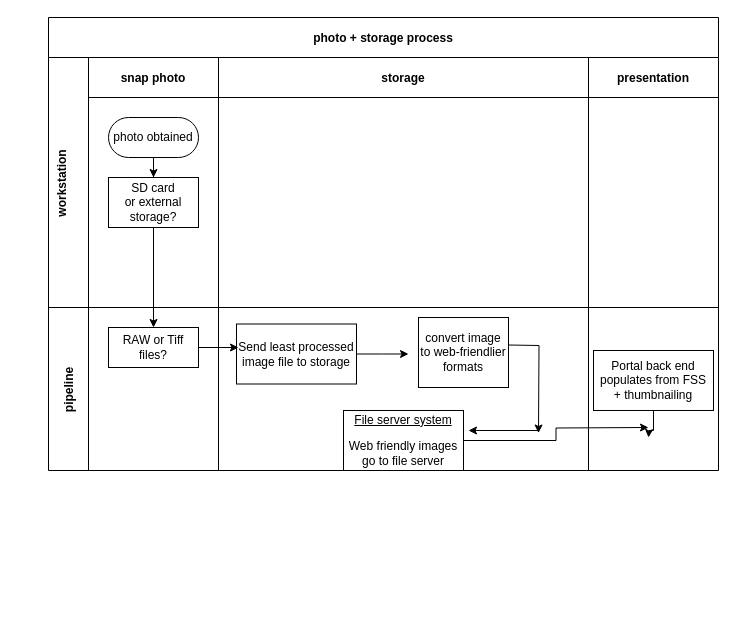
Above: photo_storageCR_Diagram.drawio in jlegind/DMP_charts (draw.io), before the change. Source tidied: cells renumbered, new cells numbered last; positions are measured from the earlier drawing's top-left corner, leaving out a move shared by most shapes. Both pictures are drawn from the tidied source at 100%, with x=0, y=0 at pixel (48, 17).
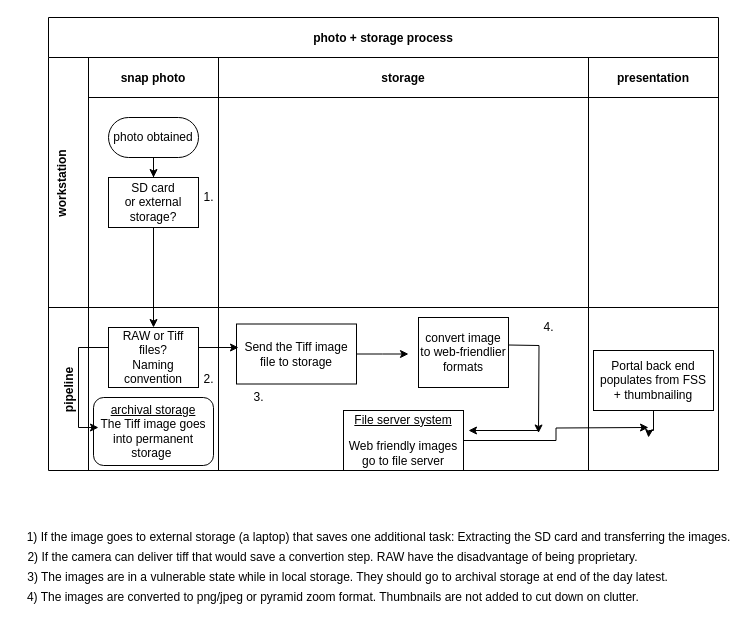
The same page after the edit.

Unchanged cells that the change refers to:
```xml
<mxCell id="12" style="swimlane;swimlaneHead=0;swimlaneBody=0;fillColor=none;startSize=0;fontStyle=1;" parent="11" vertex="1">
  <mxGeometry x="40" width="130" height="163" as="geometry" />
</mxCell>
<mxCell id="14" style="swimlane;swimlaneHead=0;swimlaneBody=0;fillColor=none;startSize=0;fontStyle=1;" parent="11" vertex="1">
  <mxGeometry x="170" width="370" height="163" as="geometry" />
</mxCell>
```

What changed in the source:
```diff
@@
-    <mxCell id="13" value="RAW or Tiff files?" style="rounded=0;whiteSpace=wrap;html=1;" parent="12" vertex="1">
-      <mxGeometry x="20" y="20" width="90" height="40" as="geometry" />
+    <mxCell id="13" value="RAW or Tiff files?&lt;br&gt;Naming convention" style="rounded=0;whiteSpace=wrap;html=1;" parent="12" vertex="1">
+      <mxGeometry x="20" y="20" width="90" height="60" as="geometry" />
     </mxCell>
+    <mxCell id="26" value="&lt;u&gt;archival storage&lt;/u&gt;&lt;br&gt;The Tiff image goes into permanent storage&amp;nbsp;&lt;br&gt;" style="rounded=1;whiteSpace=wrap;html=1;" parent="12" vertex="1">
+      <mxGeometry x="5" y="90" width="120" height="68" as="geometry" />
+    </mxCell>
@@
-    <mxCell id="16" value="Send least processed image file to storage" style="rounded=0;whiteSpace=wrap;html=1;" parent="14" vertex="1">
+    <mxCell id="16" value="Send the Tiff image file to storage" style="rounded=0;whiteSpace=wrap;html=1;" parent="14" vertex="1">
       <mxGeometry x="18" y="16.5" width="120" height="60" as="geometry" />
     </mxCell>
@@
+    <mxCell id="27" value="1) If the image goes to external storage (a laptop) that saves one additional task: Extracting the SD card and transferring the images." style="text;html=1;align=center;verticalAlign=middle;strokeColor=none;fillColor=none;" parent="1" vertex="1">
+      <mxGeometry x="-30" y="510" width="720" height="20" as="geometry" />
+    </mxCell>
+    <mxCell id="28" value="1." style="text;html=1;align=center;verticalAlign=middle;strokeColor=none;fillColor=none;" parent="1" vertex="1">
+      <mxGeometry x="145" y="170" width="30" height="20" as="geometry" />
+    </mxCell>
+    <mxCell id="29" value="2." style="text;html=1;align=center;verticalAlign=middle;strokeColor=none;fillColor=none;" parent="1" vertex="1">
+      <mxGeometry x="145" y="352" width="30" height="20" as="geometry" />
+    </mxCell>
+    <mxCell id="30" value="3." style="text;html=1;align=center;verticalAlign=middle;strokeColor=none;fillColor=none;" parent="1" vertex="1">
+      <mxGeometry x="195" y="370" width="30" height="20" as="geometry" />
+    </mxCell>
+    <mxCell id="31" value="4." style="text;html=1;align=center;verticalAlign=middle;strokeColor=none;fillColor=none;" parent="1" vertex="1">
+      <mxGeometry x="485" y="300" width="30" height="20" as="geometry" />
+    </mxCell>
+    <mxCell id="32" value="2) If the camera can deliver tiff that would save a convertion step. RAW have the disadvantage of being proprietary." style="text;html=1;align=center;verticalAlign=middle;strokeColor=none;fillColor=none;" parent="1" vertex="1">
+      <mxGeometry x="-31" y="530" width="630" height="20" as="geometry" />
+    </mxCell>
+    <mxCell id="33" value="3) The images are in a vulnerable state while in local storage. They should go to archival storage at end of the day latest." style="text;html=1;align=center;verticalAlign=middle;strokeColor=none;fillColor=none;" parent="1" vertex="1">
+      <mxGeometry x="-31" y="550" width="660" height="20" as="geometry" />
+    </mxCell>
+    <mxCell id="34" value="4) The images are converted to png/jpeg or pyramid zoom format. Thumbnails are not added to cut down on clutter.&amp;nbsp;" style="text;html=1;align=center;verticalAlign=middle;strokeColor=none;fillColor=none;" parent="1" vertex="1">
+      <mxGeometry x="-29" y="570" width="630" height="20" as="geometry" />
+    </mxCell>
+    <mxCell id="35" style="endArrow=classic;html=1;rounded=0;" parent="1" edge="1">
+      <mxGeometry relative="1" as="geometry">
+        <mxPoint x="60" y="330" as="sourcePoint" />
+        <mxPoint x="50" y="410" as="targetPoint" />
+        <Array as="points">
+          <mxPoint x="30" y="330" />
+          <mxPoint x="30" y="410" />
+        </Array>
+      </mxGeometry>
+    </mxCell>
```
